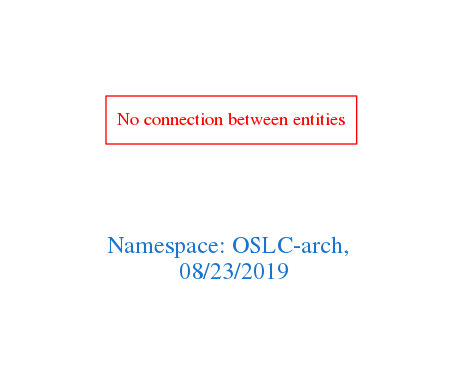
Earlier version of the Graphviz export downloads/OSLC-arch.png (arago/OGIT). Its source is kept beside it as downloads/OSLC-arch.dot.
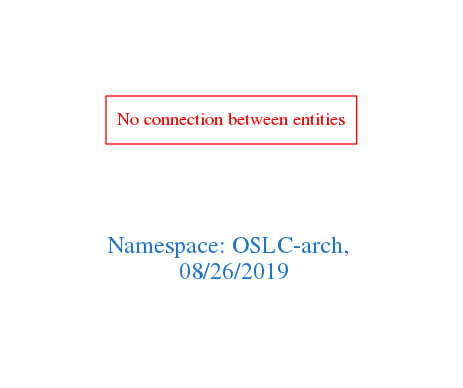
The same diagram one commit later.

The edit, as a diff of the source:
```diff
@@ -1,7 +1,7 @@
 digraph OGIT_ontology {
  graph [ rankdir= LR,pad=1
 fontsize = 18,
-fontcolor= dodgerblue3,label = "\n\n\nNamespace: OSLC-arch, \n 08/23/2019"];
+fontcolor= dodgerblue3,label = "\n\n\nNamespace: OSLC-arch, \n 08/26/2019"];
 node[shape=polygon];
 edge [  color="gray81"];
 
```
